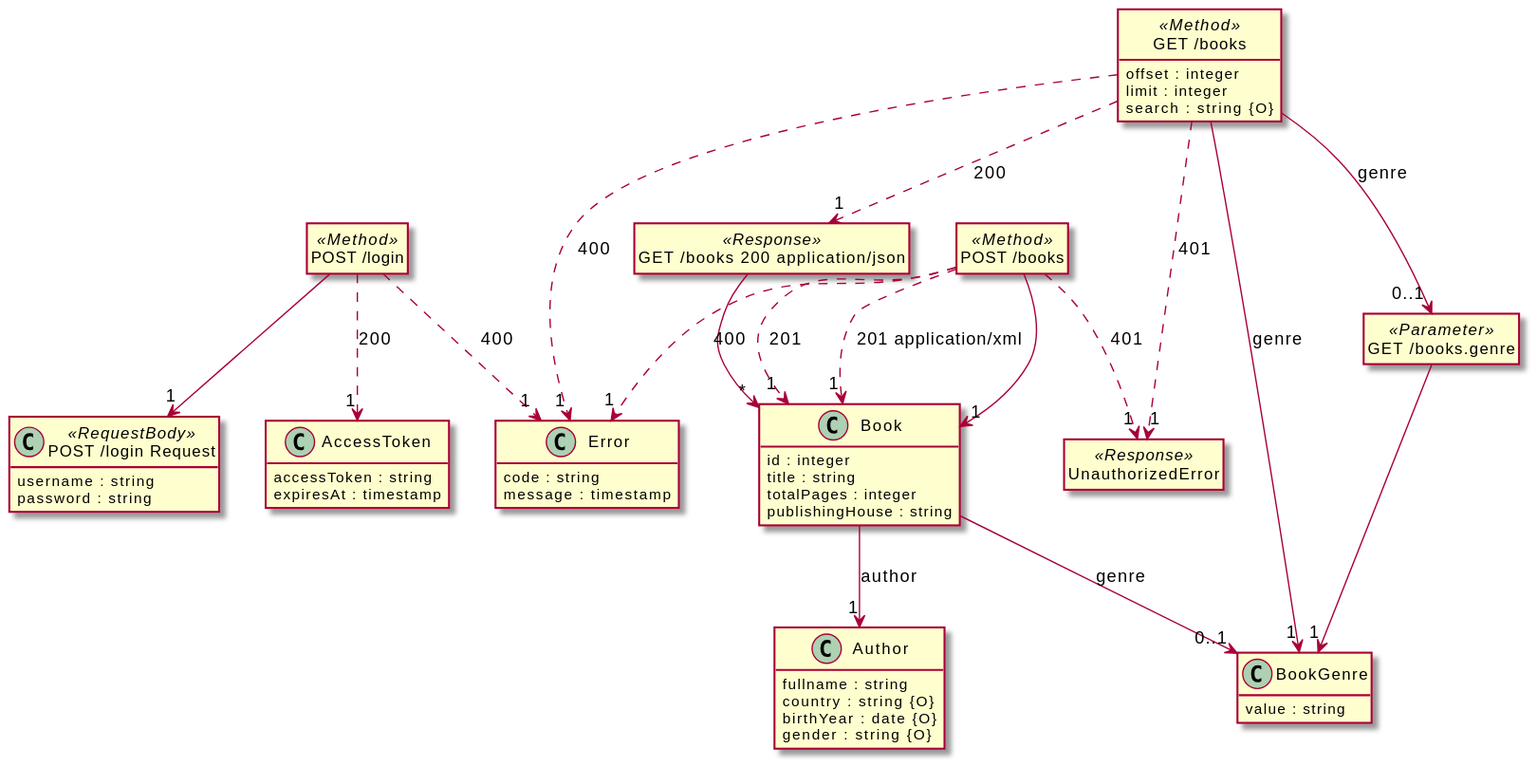
The PlantUML diagram src/docs/demos/bookstore.svg in davidmoten/openapi-to-plantuml, before a commit.
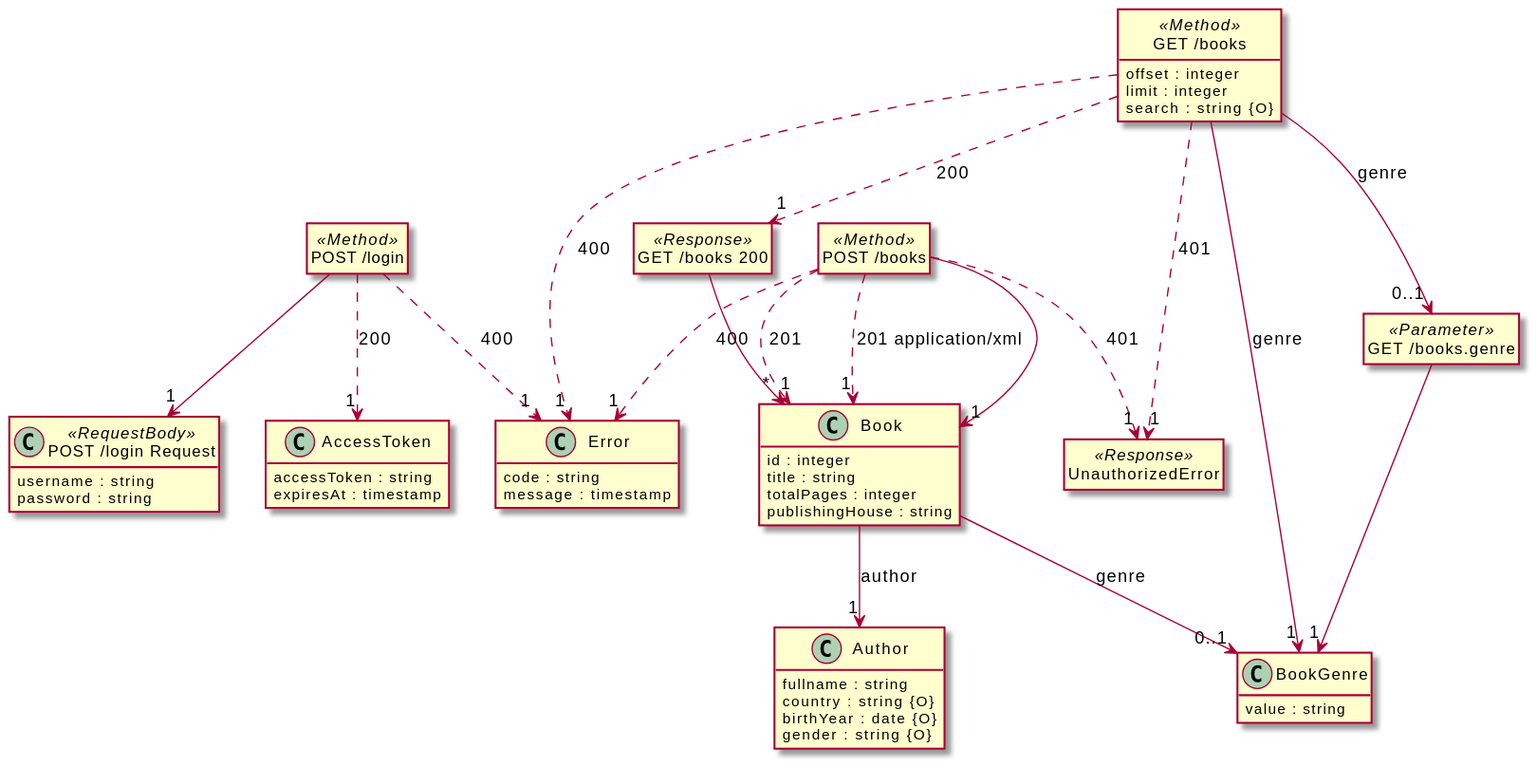
After the commit.

Change to the diagram source:
```diff
@@ -54,7 +54,7 @@
 class "GET /books.genre" <<Parameter>> {
 }
 
-class "GET /books 200 application/json" <<Response>> {
+class "GET /books 200" <<Response>> {
 }
 
 class "POST /books" <<Method>> {
@@ -76,9 +76,9 @@
 
 "GET /books" --> "1" "BookGenre"  :  "genre"
 
-"GET /books 200 application/json" --> "*" "Book"
+"GET /books 200" --> "*" "Book"
 
-"GET /books" ..> "1" "GET /books 200 application/json"  :  "200"
+"GET /books" ..> "1" "GET /books 200"  :  "200"
 
 "GET /books" ..> "1" "UnauthorizedError"  :  "401"
 
```
